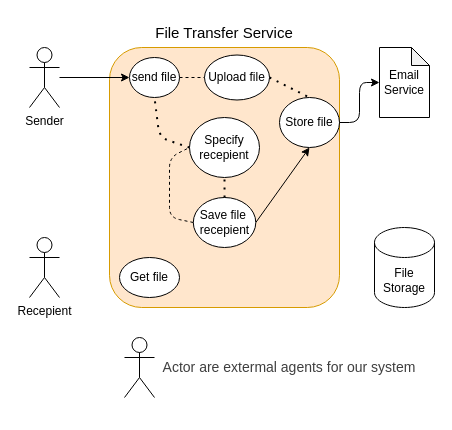
Above: file_exchanger/docs/use_cases.drawio in robotnik-by-rpo/fossdev (draw.io), before the change. Source tidied: cells renumbered, new cells numbered last; positions are measured from the earlier drawing's top-left corner, leaving out a move shared by most shapes. Both pictures are drawn from the tidied source at 100%, with x=0, y=0 at pixel (29, 17).
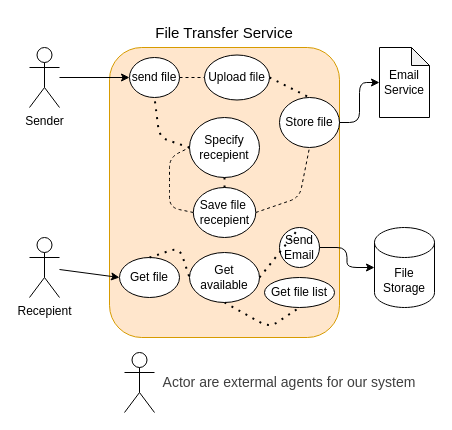
After the change.

Commit message:
Added use cases for diargam

The change refers to these unchanged cells:
```xml
<mxCell id="3" value="Recepient" style="shape=umlActor;verticalLabelPosition=bottom;verticalAlign=top;html=1;outlineConnect=0;" parent="1" vertex="1">
  <mxGeometry y="220" width="30" height="60" as="geometry" />
</mxCell>
<mxCell id="6" value="File&lt;div&gt;Storage&lt;/div&gt;" style="shape=cylinder3;whiteSpace=wrap;html=1;boundedLbl=1;backgroundOutline=1;size=15;" parent="1" vertex="1">
  <mxGeometry x="345" y="210" width="60" height="80" as="geometry" />
</mxCell>
<mxCell id="10" value="Get file" style="ellipse;whiteSpace=wrap;html=1;" parent="1" vertex="1">
  <mxGeometry x="90" y="240" width="60" height="40" as="geometry" />
</mxCell>
<mxCell id="11" value="Specify&lt;div&gt;recepient&lt;/div&gt;" style="ellipse;whiteSpace=wrap;html=1;" parent="1" vertex="1">
  <mxGeometry x="160" y="100" width="70" height="60" as="geometry" />
</mxCell>
<mxCell id="12" value="Store file" style="ellipse;whiteSpace=wrap;html=1;" parent="1" vertex="1">
  <mxGeometry x="250" y="80" width="60" height="50" as="geometry" />
</mxCell>
```

What changed in the source:
```diff
@@
     <mxCell id="4" style="rounded=1;whiteSpace=wrap;html=1;fillColor=#ffe6cc;strokeColor=#d79b00;arcSize=14;" parent="1" vertex="1">
-      <mxGeometry x="80" y="30" width="230" height="260" as="geometry" />
+      <mxGeometry x="80" y="30" width="230" height="290" as="geometry" />
     </mxCell>
@@
     <mxCell id="13" style="shape=umlActor;verticalLabelPosition=bottom;verticalAlign=top;html=1;" parent="1" vertex="1">
-      <mxGeometry x="95" y="320" width="30" height="60" as="geometry" />
+      <mxGeometry x="95" y="335" width="30" height="60" as="geometry" />
     </mxCell>
     <mxCell id="14" value="&lt;span style=&quot;color: rgb(63, 63, 63); font-size: 14px; text-wrap-mode: nowrap;&quot;&gt;Actor are extermal agents for our system&lt;/span&gt;" style="text;html=1;align=center;verticalAlign=middle;whiteSpace=wrap;rounded=0;" parent="1" vertex="1">
-      <mxGeometry x="230" y="335" width="60" height="30" as="geometry" />
+      <mxGeometry x="230" y="350" width="60" height="30" as="geometry" />
     </mxCell>
@@
-    <mxCell id="20" style="edgeStyle=none;html=1;entryX=0.5;entryY=1;entryDx=0;entryDy=0;exitX=1;exitY=0.5;exitDx=0;exitDy=0;" parent="1" edge="1" source="21" target="12">
-      <mxGeometry relative="1" as="geometry" />
-    </mxCell>
     <mxCell id="21" value="Save file&amp;nbsp;&lt;div&gt;recepient&lt;/div&gt;" style="ellipse;whiteSpace=wrap;html=1;" parent="1" vertex="1">
-      <mxGeometry x="163.8" y="180" width="62.5" height="50" as="geometry" />
+      <mxGeometry x="163.8" y="170" width="62.5" height="50" as="geometry" />
     </mxCell>
@@
     <mxCell id="23" style="endArrow=none;dashed=1;html=1;entryX=0;entryY=0.5;entryDx=0;entryDy=0;exitX=0;exitY=0.5;exitDx=0;exitDy=0;" parent="1" edge="1" source="21" target="11">
       <mxGeometry relative="1" as="geometry">
         <Array as="points">
-          <mxPoint x="140" y="200" />
+          <mxPoint x="140" y="190" />
           <mxPoint x="140" y="170" />
           <mxPoint x="140" y="140" />
         </Array>
       </mxGeometry>
     </mxCell>
+    <mxCell id="20" style="endArrow=none;dashed=1;html=1;entryX=0.5;entryY=1;entryDx=0;entryDy=0;exitX=1;exitY=0.5;exitDx=0;exitDy=0;" parent="1" edge="1" source="21" target="12">
+      <mxGeometry relative="1" as="geometry">
+        <Array as="points">
+          <mxPoint x="270" y="180" />
+        </Array>
+      </mxGeometry>
+    </mxCell>
+    <mxCell id="24" value="Send Email" style="ellipse;whiteSpace=wrap;html=1;" parent="1" vertex="1">
+      <mxGeometry x="250" y="210" width="40" height="40" as="geometry" />
+    </mxCell>
+    <mxCell id="25" value="&lt;font&gt;Get file list&lt;/font&gt;" style="ellipse;whiteSpace=wrap;html=1;" parent="1" vertex="1">
+      <mxGeometry x="235" y="260" width="70" height="30" as="geometry" />
+    </mxCell>
+    <mxCell id="26" value="Get available" style="ellipse;whiteSpace=wrap;html=1;" parent="1" vertex="1">
+      <mxGeometry x="160" y="235" width="70" height="50" as="geometry" />
+    </mxCell>
+    <mxCell id="27" style="edgeStyle=none;html=1;entryX=0;entryY=0.5;entryDx=0;entryDy=0;" parent="1" edge="1" source="3" target="10">
+      <mxGeometry relative="1" as="geometry" />
+    </mxCell>
+    <mxCell id="28" style="endArrow=none;dashed=1;html=1;dashPattern=1 3;strokeWidth=2;entryX=0;entryY=0.5;entryDx=0;entryDy=0;exitX=0.5;exitY=0;exitDx=0;exitDy=0;" parent="1" edge="1" source="10" target="26">
+      <mxGeometry relative="1" as="geometry">
+        <Array as="points">
+          <mxPoint x="150" y="230" />
+        </Array>
+      </mxGeometry>
+    </mxCell>
+    <mxCell id="29" style="endArrow=none;dashed=1;html=1;dashPattern=1 3;strokeWidth=2;entryX=0.5;entryY=1;entryDx=0;entryDy=0;exitX=0.5;exitY=1;exitDx=0;exitDy=0;" parent="1" edge="1" source="26" target="25">
+      <mxGeometry relative="1" as="geometry">
+        <Array as="points">
+          <mxPoint x="240" y="310" />
+        </Array>
+      </mxGeometry>
+    </mxCell>
+    <mxCell id="30" style="endArrow=none;dashed=1;html=1;dashPattern=1 3;strokeWidth=2;entryX=0.5;entryY=0;entryDx=0;entryDy=0;exitX=1;exitY=0.5;exitDx=0;exitDy=0;" parent="1" edge="1" source="26" target="24">
+      <mxGeometry relative="1" as="geometry" />
+    </mxCell>
+    <mxCell id="31" style="edgeStyle=orthogonalEdgeStyle;html=1;exitX=1;exitY=0.5;exitDx=0;exitDy=0;entryX=0;entryY=0.5;entryDx=0;entryDy=0;entryPerimeter=0;" parent="1" edge="1" source="24" target="6">
+      <mxGeometry relative="1" as="geometry" />
+    </mxCell>
```
